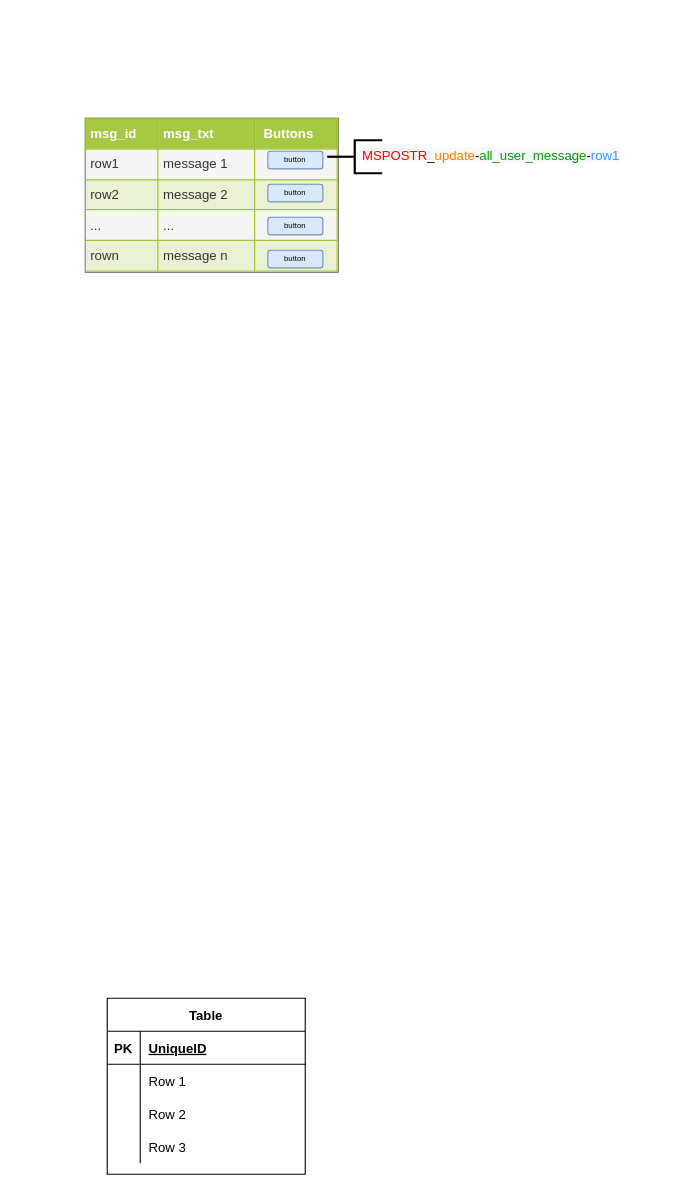
Earlier version of the draw.io diagram MS_workflow.drawio (ODAPES/system_documentation). Source tidied: cells renumbered, new cells numbered last; positions are measured from the earlier drawing's top-left corner, leaving out a move shared by most shapes. Both pictures are drawn from the tidied source at 110%, with x=0, y=0 at pixel (85, 118).
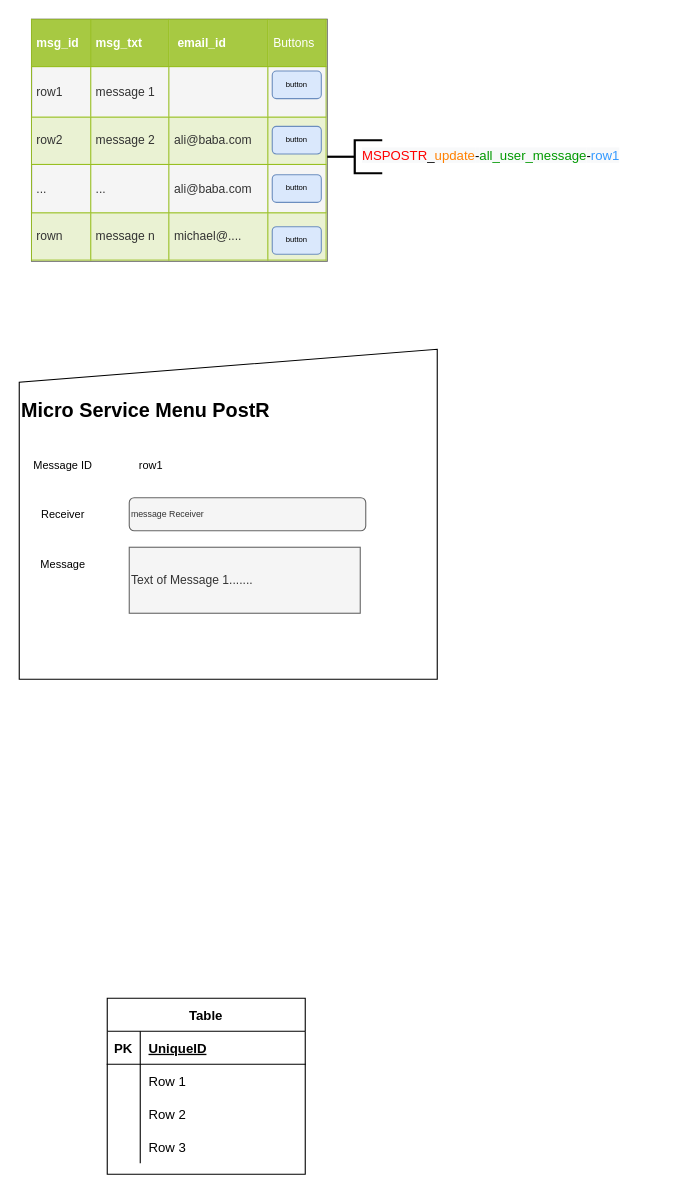
The same page after the edit.

The edit, as a diff of the source:
```diff
@@
     <mxCell id="16" style="group;" parent="1" vertex="1">
-      <mxGeometry width="230" height="140" as="geometry" />
+      <mxGeometry x="-20" y="-90" width="240" height="220" as="geometry" />
     </mxCell>
-    <mxCell id="17" value="&lt;table border=&quot;1&quot; width=&quot;100%&quot; height=&quot;100%&quot; cellpadding=&quot;4&quot; style=&quot;width:100%;height:100%;border-collapse:collapse;&quot;&gt;&lt;tbody&gt;&lt;tr style=&quot;background-color:#A7C942;color:#ffffff;border:1px solid #98bf21;&quot;&gt;&lt;th align=&quot;left&quot;&gt;msg_id&lt;/th&gt;&lt;th align=&quot;left&quot;&gt;msg_txt&lt;/th&gt;&lt;th align=&quot;left&quot;&gt;&amp;nbsp;Buttons&lt;/th&gt;&lt;/tr&gt;&lt;tr style=&quot;border:1px solid #98bf21;&quot;&gt;&lt;td&gt;row1&lt;/td&gt;&lt;td&gt;message 1&lt;/td&gt;&lt;td&gt;&lt;br&gt;&lt;/td&gt;&lt;/tr&gt;&lt;tr style=&quot;background-color:#EAF2D3;border:1px solid #98bf21;&quot;&gt;&lt;td&gt;row2&lt;/td&gt;&lt;td&gt;message 2&lt;/td&gt;&lt;td&gt;&lt;br&gt;&lt;/td&gt;&lt;/tr&gt;&lt;tr style=&quot;border:1px solid #98bf21;&quot;&gt;&lt;td&gt;...&lt;/td&gt;&lt;td&gt;...&amp;nbsp;&lt;/td&gt;&lt;td&gt;&lt;br&gt;&lt;/td&gt;&lt;/tr&gt;&lt;tr style=&quot;background-color:#EAF2D3;border:1px solid #98bf21;&quot;&gt;&lt;td&gt;rown&lt;/td&gt;&lt;td&gt;message n&lt;/td&gt;&lt;td&gt;&lt;br&gt;&lt;/td&gt;&lt;/tr&gt;&lt;/tbody&gt;&lt;/table&gt;" style="text;html=1;overflow=fill;rounded=0;fillColor=#f5f5f5;strokeColor=#666666;fontColor=#333333;" parent="16" vertex="1">
-      <mxGeometry width="230" height="140" as="geometry" />
+    <mxCell id="17" value="&lt;table border=&quot;1&quot; width=&quot;100%&quot; height=&quot;100%&quot; cellpadding=&quot;4&quot; style=&quot;width: 100%; height: 100%; border-collapse: collapse; font-size: 11px;&quot;&gt;&lt;tbody style=&quot;&quot;&gt;&lt;tr style=&quot;background-color:#A7C942;color:#ffffff;border:1px solid #98bf21;&quot;&gt;&lt;th align=&quot;left&quot;&gt;msg_id&lt;/th&gt;&lt;th align=&quot;left&quot;&gt;msg_txt&lt;/th&gt;&lt;th align=&quot;left&quot;&gt;&amp;nbsp;email_id&lt;/th&gt;&lt;td&gt;Buttons&lt;/td&gt;&lt;/tr&gt;&lt;tr style=&quot;border:1px solid #98bf21;&quot;&gt;&lt;td&gt;row1&lt;/td&gt;&lt;td&gt;message 1&lt;/td&gt;&lt;td&gt;&lt;font face=&quot;monospace&quot; color=&quot;rgba(0, 0, 0, 0)&quot;&gt;&lt;span style=&quot;font-size: 0px;&quot;&gt;nnjjihliuh&lt;/span&gt;&lt;/font&gt;&lt;/td&gt;&lt;td&gt;&lt;br&gt;&lt;/td&gt;&lt;/tr&gt;&lt;tr style=&quot;background-color:#EAF2D3;border:1px solid #98bf21;&quot;&gt;&lt;td&gt;row2&lt;/td&gt;&lt;td&gt;message 2&lt;/td&gt;&lt;td&gt;ali@baba.com&lt;/td&gt;&lt;td&gt;&lt;br&gt;&lt;/td&gt;&lt;/tr&gt;&lt;tr style=&quot;border:1px solid #98bf21;&quot;&gt;&lt;td&gt;...&lt;/td&gt;&lt;td&gt;...&amp;nbsp;&lt;/td&gt;&lt;td&gt;ali@baba.com&lt;/td&gt;&lt;td&gt;&lt;br&gt;&lt;/td&gt;&lt;/tr&gt;&lt;tr style=&quot;background-color:#EAF2D3;border:1px solid #98bf21;&quot;&gt;&lt;td&gt;rown&lt;/td&gt;&lt;td&gt;message n&lt;/td&gt;&lt;td&gt;michael@....&lt;/td&gt;&lt;td&gt;&lt;br&gt;&lt;/td&gt;&lt;/tr&gt;&lt;/tbody&gt;&lt;/table&gt;" style="text;html=1;overflow=fill;rounded=0;fillColor=#f5f5f5;strokeColor=#666666;fontColor=#333333;" parent="16" vertex="1">
+      <mxGeometry x="-28.8" width="268.8" height="220" as="geometry" />
     </mxCell>
     <mxCell id="18" value="button" style="rounded=1;whiteSpace=wrap;html=1;fontSize=7;fillColor=#dae8fc;strokeColor=#6c8ebf;" parent="16" vertex="1">
-      <mxGeometry x="166" y="30" width="50" height="16" as="geometry" />
+      <mxGeometry x="190" y="47.1" width="44.6" height="25.1" as="geometry" />
     </mxCell>
     <mxCell id="19" value="button" style="rounded=1;whiteSpace=wrap;html=1;fontSize=7;fillColor=#dae8fc;strokeColor=#6c8ebf;" parent="16" vertex="1">
-      <mxGeometry x="166" y="60" width="50" height="16" as="geometry" />
+      <mxGeometry x="190" y="97.4" width="44.6" height="25.1" as="geometry" />
     </mxCell>
     <mxCell id="20" value="button" style="rounded=1;whiteSpace=wrap;html=1;fontSize=7;fillColor=#dae8fc;strokeColor=#6c8ebf;" parent="16" vertex="1">
-      <mxGeometry x="166" y="90" width="50" height="16" as="geometry" />
+      <mxGeometry x="190" y="141.4" width="44.6" height="25.1" as="geometry" />
     </mxCell>
     <mxCell id="21" value="button" style="rounded=1;whiteSpace=wrap;html=1;fontSize=7;fillColor=#dae8fc;strokeColor=#6c8ebf;" parent="16" vertex="1">
-      <mxGeometry x="166" y="120" width="50" height="16" as="geometry" />
+      <mxGeometry x="190" y="188.6" width="44.6" height="25.1" as="geometry" />
     </mxCell>
@@
+    <mxCell id="23" value="&lt;h2&gt;&lt;font color=&quot;#000000&quot;&gt;Micro Service Menu PostR&lt;/font&gt;&lt;/h2&gt;&lt;div&gt;&lt;font color=&quot;#000000&quot;&gt;&lt;br&gt;&lt;/font&gt;&lt;/div&gt;&lt;div&gt;&lt;font color=&quot;#000000&quot;&gt;&lt;br&gt;&lt;/font&gt;&lt;/div&gt;&lt;div&gt;&lt;font color=&quot;#000000&quot;&gt;&lt;br&gt;&lt;/font&gt;&lt;/div&gt;&lt;div&gt;&lt;font color=&quot;#000000&quot;&gt;&lt;br&gt;&lt;/font&gt;&lt;/div&gt;&lt;div&gt;&lt;font color=&quot;#000000&quot;&gt;&lt;br&gt;&lt;/font&gt;&lt;/div&gt;&lt;div&gt;&lt;font color=&quot;#000000&quot;&gt;&lt;br&gt;&lt;/font&gt;&lt;/div&gt;&lt;div&gt;&lt;font color=&quot;#000000&quot;&gt;&lt;br&gt;&lt;/font&gt;&lt;/div&gt;&lt;div&gt;&lt;font color=&quot;#000000&quot;&gt;&lt;br&gt;&lt;/font&gt;&lt;/div&gt;&lt;div&gt;&lt;font color=&quot;#000000&quot;&gt;&lt;br&gt;&lt;/font&gt;&lt;/div&gt;&lt;div&gt;&lt;font color=&quot;#000000&quot;&gt;&lt;br&gt;&lt;/font&gt;&lt;/div&gt;&lt;div&gt;&lt;font color=&quot;#000000&quot;&gt;&lt;br&gt;&lt;/font&gt;&lt;/div&gt;&lt;div&gt;&lt;font color=&quot;#000000&quot;&gt;&lt;br&gt;&lt;/font&gt;&lt;/div&gt;&lt;div&gt;&lt;font color=&quot;#000000&quot;&gt;&lt;br&gt;&lt;/font&gt;&lt;/div&gt;" style="shape=manualInput;whiteSpace=wrap;html=1;fontSize=12;fontColor=#009900;align=left;" parent="1" vertex="1">
+      <mxGeometry x="-60" y="210" width="380" height="300" as="geometry" />
+    </mxCell>
+    <mxCell id="24" value="message Receiver" style="rounded=1;whiteSpace=wrap;html=1;labelBackgroundColor=none;fontSize=8;fontColor=#333333;fillColor=#f5f5f5;strokeColor=#666666;align=left;" parent="1" vertex="1">
+      <mxGeometry x="40" y="345" width="215" height="30" as="geometry" />
+    </mxCell>
+    <mxCell id="25" value="Text of Message 1......." style="rounded=0;whiteSpace=wrap;html=1;labelBackgroundColor=none;fontSize=11;fontColor=#333333;fillColor=#f5f5f5;strokeColor=#666666;align=left;" parent="1" vertex="1">
+      <mxGeometry x="40" y="390" width="210" height="60" as="geometry" />
+    </mxCell>
+    <mxCell id="26" value="row1" style="text;html=1;strokeColor=none;fillColor=none;align=center;verticalAlign=middle;whiteSpace=wrap;rounded=0;labelBackgroundColor=none;fontSize=10;fontColor=#000000;" parent="1" vertex="1">
+      <mxGeometry x="30" y="300" width="60" height="30" as="geometry" />
+    </mxCell>
+    <mxCell id="27" value="Message ID" style="text;html=1;strokeColor=none;fillColor=none;align=center;verticalAlign=middle;whiteSpace=wrap;rounded=0;labelBackgroundColor=none;fontSize=10;fontColor=#000000;" parent="1" vertex="1">
+      <mxGeometry x="-50" y="300" width="60" height="30" as="geometry" />
+    </mxCell>
+    <mxCell id="28" value="Receiver" style="text;html=1;strokeColor=none;fillColor=none;align=center;verticalAlign=middle;whiteSpace=wrap;rounded=0;labelBackgroundColor=none;fontSize=10;fontColor=#000000;" parent="1" vertex="1">
+      <mxGeometry x="-50" y="345" width="60" height="30" as="geometry" />
+    </mxCell>
+    <mxCell id="29" value="Message" style="text;html=1;strokeColor=none;fillColor=none;align=center;verticalAlign=middle;whiteSpace=wrap;rounded=0;labelBackgroundColor=none;fontSize=10;fontColor=#000000;" parent="1" vertex="1">
+      <mxGeometry x="-50" y="390" width="60" height="30" as="geometry" />
+    </mxCell>
```
